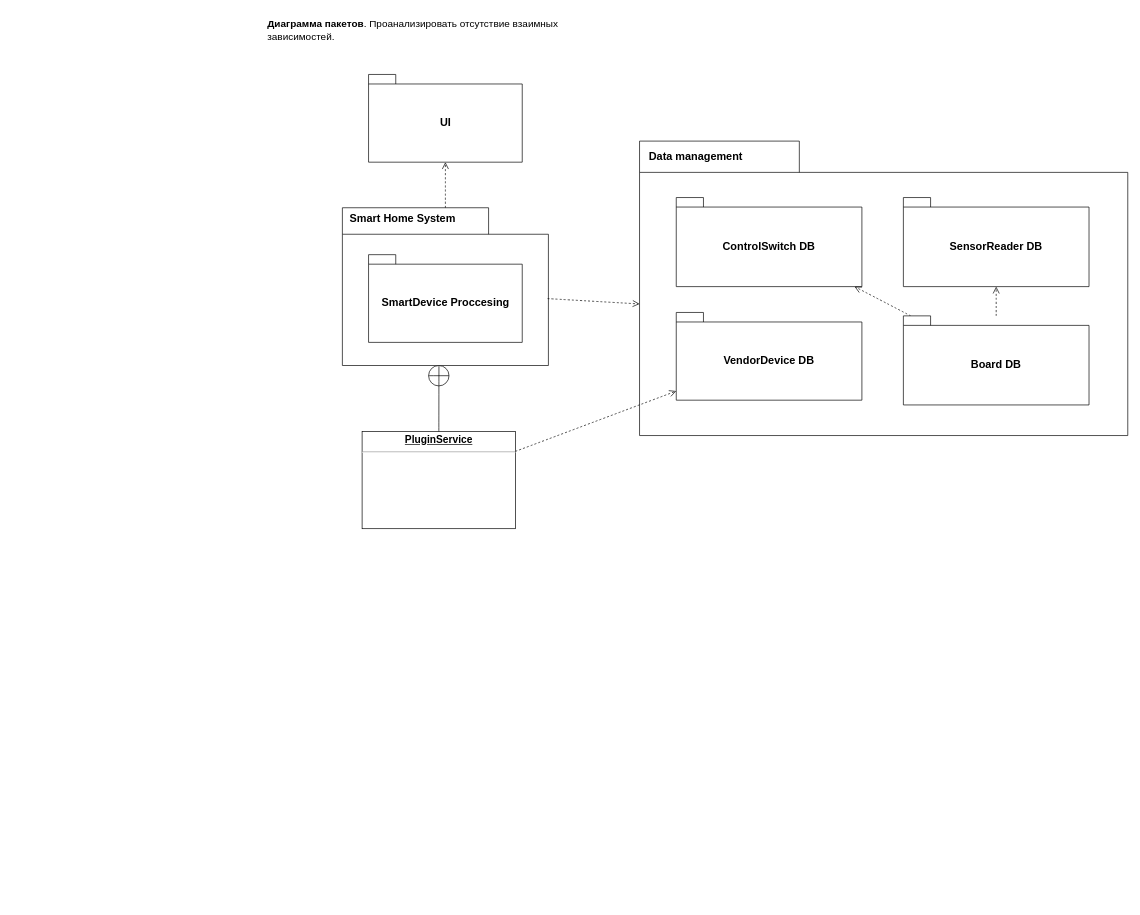
The draw.io diagram LAB3/packageDiagram.drawio in tireks/OOAP, before the edit. Source tidied: cells renumbered, new cells numbered last; positions are measured from the earlier drawing's top-left corner, leaving out a move shared by most shapes. Both pictures are drawn from the tidied source at 68%, with x=0, y=0 at pixel (266, 12).
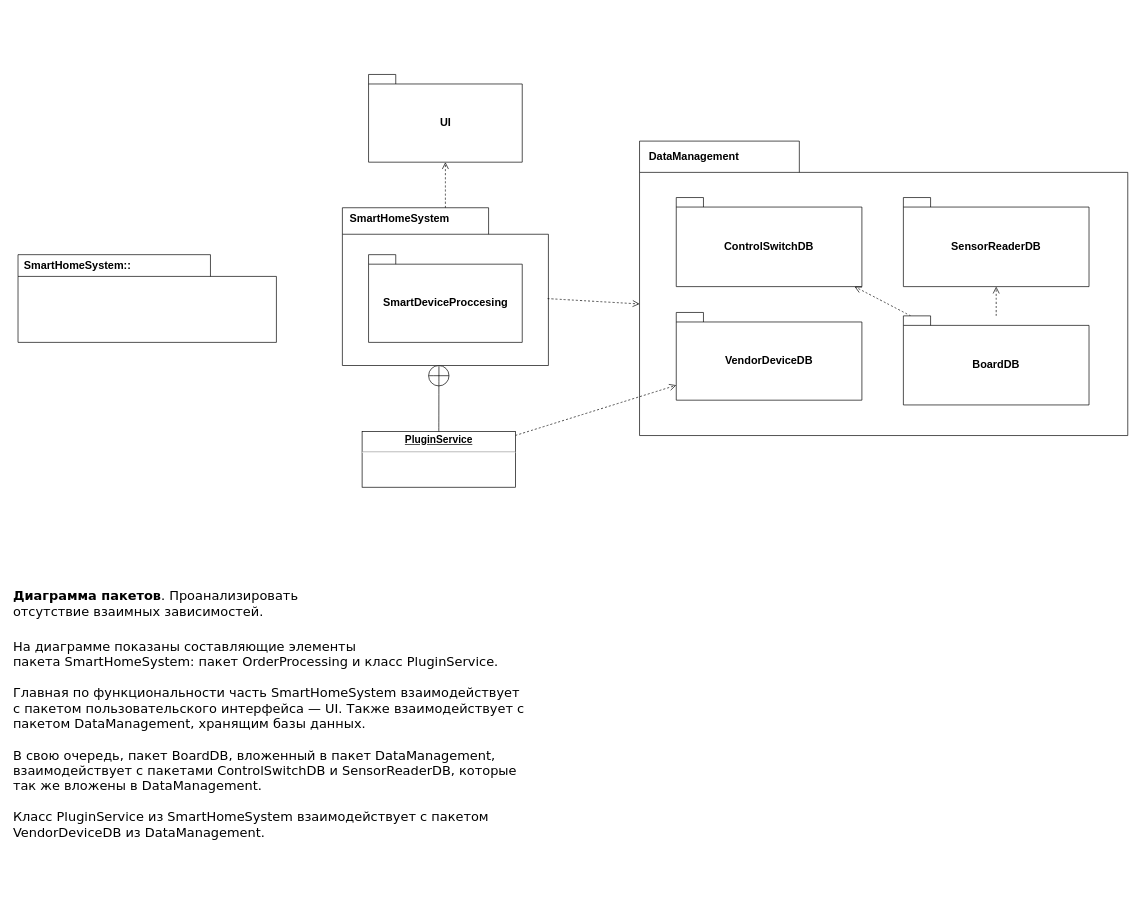
Above is the later version.

Diff of the diagram source:
```diff
@@
-    <mxCell id="4" value="&lt;b id=&quot;docs-internal-guid-218764f1-7fff-161a-42b7-2b2507a9b1ee&quot; style=&quot;font-weight:normal;&quot;&gt;&lt;span style=&quot;font-size: 11pt; font-family: Arial, sans-serif; color: rgb(0, 0, 0); background-color: transparent; font-weight: 700; font-style: normal; font-variant: normal; text-decoration: none; vertical-align: baseline;&quot;&gt;Диаграмма пакетов&lt;/span&gt;&lt;span style=&quot;font-size: 11pt; font-family: Arial, sans-serif; color: rgb(0, 0, 0); background-color: transparent; font-weight: 400; font-style: normal; font-variant: normal; text-decoration: none; vertical-align: baseline;&quot;&gt;. Проанализировать отсутствие взаимных зависимостей.&lt;/span&gt;&lt;/b&gt;&lt;br&gt;" style="text;strokeColor=none;fillColor=none;html=1;align=left;verticalAlign=top;whiteSpace=wrap;rounded=0;fontSize=16;" parent="1" vertex="1">
-      <mxGeometry width="471" height="57" as="geometry" />
+    <mxCell id="4" value="&lt;b id=&quot;docs-internal-guid-218764f1-7fff-161a-42b7-2b2507a9b1ee&quot; style=&quot;font-weight: normal; font-size: 19px;&quot;&gt;&lt;span style=&quot;font-size: 19px; color: rgb(0, 0, 0); background-color: transparent; font-weight: 700; font-style: normal; font-variant: normal; text-decoration: none; vertical-align: baseline;&quot;&gt;Диаграмма пакетов&lt;/span&gt;&lt;span style=&quot;font-size: 19px; color: rgb(0, 0, 0); background-color: transparent; font-weight: 400; font-style: normal; font-variant: normal; text-decoration: none; vertical-align: baseline;&quot;&gt;. Проанализировать отсутствие взаимных зависимостей.&lt;/span&gt;&lt;/b&gt;&lt;br style=&quot;font-size: 19px;&quot;&gt;" style="text;strokeColor=none;fillColor=none;html=1;align=left;verticalAlign=top;whiteSpace=wrap;rounded=0;fontSize=19;fontFamily=Verdana;" parent="1" vertex="1">
+      <mxGeometry x="-374" y="841" width="471" height="57" as="geometry" />
     </mxCell>
@@
-    <mxCell id="7" value="ControlSwitch DB" style="shape=folder;fontStyle=1;spacingTop=10;tabWidth=40;tabHeight=14;tabPosition=left;html=1;whiteSpace=wrap;fontSize=16;" parent="1" vertex="1">
+    <mxCell id="7" value="ControlSwitchDB" style="shape=folder;fontStyle=1;spacingTop=10;tabWidth=40;tabHeight=14;tabPosition=left;html=1;whiteSpace=wrap;fontSize=16;" parent="1" vertex="1">
       <mxGeometry x="603" y="273" width="273" height="131" as="geometry" />
     </mxCell>
-    <mxCell id="8" value="SensorReader DB" style="shape=folder;fontStyle=1;spacingTop=10;tabWidth=40;tabHeight=14;tabPosition=left;html=1;whiteSpace=wrap;fontSize=16;" parent="1" vertex="1">
+    <mxCell id="8" value="SensorReaderDB" style="shape=folder;fontStyle=1;spacingTop=10;tabWidth=40;tabHeight=14;tabPosition=left;html=1;whiteSpace=wrap;fontSize=16;" parent="1" vertex="1">
       <mxGeometry x="937" y="273" width="273" height="131" as="geometry" />
     </mxCell>
@@
-    <mxCell id="11" value="Board DB" style="shape=folder;fontStyle=1;spacingTop=10;tabWidth=40;tabHeight=14;tabPosition=left;html=1;whiteSpace=wrap;fontSize=16;" parent="1" vertex="1">
+    <mxCell id="11" value="BoardDB" style="shape=folder;fontStyle=1;spacingTop=10;tabWidth=40;tabHeight=14;tabPosition=left;html=1;whiteSpace=wrap;fontSize=16;" parent="1" vertex="1">
       <mxGeometry x="937" y="447" width="273" height="131" as="geometry" />
     </mxCell>
-    <mxCell id="12" value="Data management" style="text;strokeColor=none;fillColor=none;html=1;align=left;verticalAlign=top;whiteSpace=wrap;rounded=0;fontSize=16;fontStyle=1;" parent="1" vertex="1">
+    <mxCell id="12" value="DataManagement" style="text;strokeColor=none;fillColor=none;html=1;align=left;verticalAlign=top;whiteSpace=wrap;rounded=0;fontSize=16;fontStyle=1;" parent="1" vertex="1">
       <mxGeometry x="561" y="197" width="271" height="30" as="geometry" />
     </mxCell>
@@
-    <mxCell id="15" value="Smart Home System" style="text;strokeColor=none;fillColor=none;html=1;align=left;verticalAlign=top;whiteSpace=wrap;rounded=0;fontSize=16;fontStyle=1;" parent="1" vertex="1">
+    <mxCell id="15" value="SmartHomeSystem" style="text;strokeColor=none;fillColor=none;html=1;align=left;verticalAlign=top;whiteSpace=wrap;rounded=0;fontSize=16;fontStyle=1;" parent="1" vertex="1">
       <mxGeometry x="121" y="288" width="193" height="30" as="geometry" />
     </mxCell>
-    <mxCell id="16" value="SmartDevice Proccesing" style="shape=folder;fontStyle=1;spacingTop=10;tabWidth=40;tabHeight=14;tabPosition=left;html=1;whiteSpace=wrap;fontSize=16;" parent="1" vertex="1">
+    <mxCell id="16" value="SmartDeviceProccesing" style="shape=folder;fontStyle=1;spacingTop=10;tabWidth=40;tabHeight=14;tabPosition=left;html=1;whiteSpace=wrap;fontSize=16;" parent="1" vertex="1">
       <mxGeometry x="150.5" y="357" width="226" height="129" as="geometry" />
     </mxCell>
-    <mxCell id="17" value="VendorDevice DB" style="shape=folder;fontStyle=1;spacingTop=10;tabWidth=40;tabHeight=14;tabPosition=left;html=1;whiteSpace=wrap;fontSize=16;" parent="1" vertex="1">
+    <mxCell id="17" value="VendorDeviceDB" style="shape=folder;fontStyle=1;spacingTop=10;tabWidth=40;tabHeight=14;tabPosition=left;html=1;whiteSpace=wrap;fontSize=16;" parent="1" vertex="1">
       <mxGeometry x="603" y="442" width="273" height="129" as="geometry" />
     </mxCell>
@@
     <mxCell id="19" value="&lt;p style=&quot;margin: 4px 0px 0px; text-align: center; text-decoration: underline; font-size: 15px;&quot;&gt;&lt;b style=&quot;&quot;&gt;&lt;font style=&quot;font-size: 15px;&quot;&gt;PluginService&lt;/font&gt;&lt;/b&gt;&lt;/p&gt;&lt;hr style=&quot;font-size: 15px;&quot;&gt;&lt;p style=&quot;margin: 0px 0px 0px 8px; font-size: 15px;&quot;&gt;&lt;br&gt;&lt;/p&gt;" style="verticalAlign=top;align=left;overflow=fill;fontSize=12;fontFamily=Helvetica;html=1;whiteSpace=wrap;" parent="1" vertex="1">
-      <mxGeometry x="141" y="617" width="225.5" height="143" as="geometry" />
+      <mxGeometry x="141" y="617" width="225.5" height="82" as="geometry" />
     </mxCell>
@@
+    <mxCell id="22" style="shape=folder;fontStyle=1;spacingTop=10;tabWidth=283;tabHeight=32;tabPosition=left;html=1;whiteSpace=wrap;fontSize=16;" parent="1" vertex="1">
+      <mxGeometry x="-365" y="357" width="380" height="129" as="geometry" />
+    </mxCell>
+    <mxCell id="23" value="SmartHomeSystem::" style="text;strokeColor=none;fillColor=none;html=1;align=left;verticalAlign=top;whiteSpace=wrap;rounded=0;fontSize=16;fontStyle=1;" parent="1" vertex="1">
+      <mxGeometry x="-358" y="357" width="273" height="30" as="geometry" />
+    </mxCell>
+    <mxCell id="24" value="&lt;b style=&quot;font-weight: normal; font-size: 19px;&quot; id=&quot;docs-internal-guid-78f6ded8-7fff-5522-3860-03edf52eae10&quot;&gt;&lt;span style=&quot;font-size: 19px; color: rgb(0, 0, 0); background-color: transparent; font-weight: 400; font-style: normal; font-variant: normal; text-decoration: none; vertical-align: baseline;&quot;&gt;На диаграмме показаны составляющие элементы пакета&amp;nbsp;SmartHomeSystem: пакет OrderProcessing и класс PluginService. &lt;br&gt;&lt;br&gt;Главная по функциональности часть&amp;nbsp;SmartHomeSystem взаимодействует с пакетом пользовательского интерфейса — UI. Также взаимодействует с пакетом DataManagement, хранящим базы данных.&lt;br&gt;&lt;br&gt;В свою очередь, пакет BoardDB, вложенный в пакет DataManagement, взаимодействует с пакетами ControlSwitchDB и SensorReaderDB, которые так же вложены в DataManagement.&lt;br&gt;&lt;br&gt;Класс PluginService из SmartHomeSystem взаимодействует с пакетом VendorDeviceDB из DataManagement.&lt;br&gt;&lt;/span&gt;&lt;/b&gt;" style="text;whiteSpace=wrap;html=1;fontSize=19;fontFamily=Verdana;" parent="1" vertex="1">
+      <mxGeometry x="-374" y="914.7" width="758" height="396.3" as="geometry" />
+    </mxCell>
```
